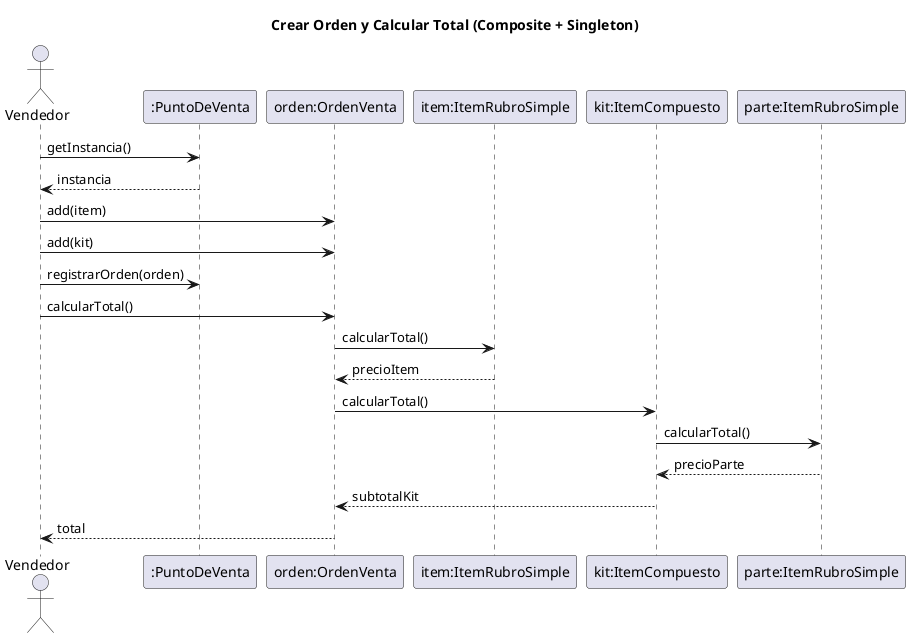
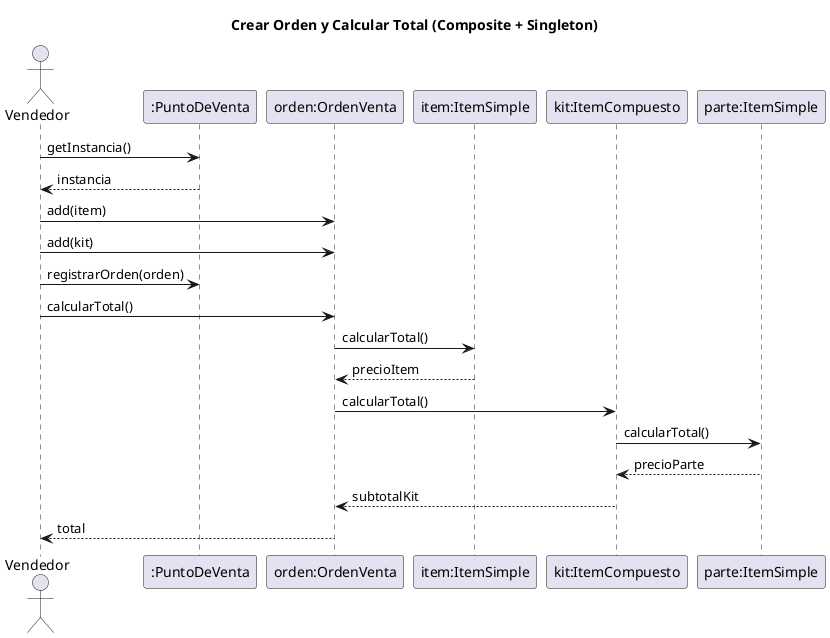
@startuml VentaSimple-Seq-CalcularTotal
title Crear Orden y Calcular Total (Composite + Singleton)
actor Vendedor
participant ":PuntoDeVenta" as PV
participant "orden:OrdenVenta" as O
- participant "item:ItemRubroSimple" as I
+ participant "item:ItemSimple" as I
participant "kit:ItemCompuesto" as K
- participant "parte:ItemRubroSimple" as P
+ participant "parte:ItemSimple" as P

Vendedor -> PV : getInstancia()
PV --> Vendedor : instancia
Vendedor -> O : add(item)
Vendedor -> O : add(kit)
Vendedor -> PV : registrarOrden(orden)

Vendedor -> O : calcularTotal()
O -> I : calcularTotal()
I --> O : precioItem
O -> K : calcularTotal()
K -> P : calcularTotal()
P --> K : precioParte
K --> O : subtotalKit
O --> Vendedor : total
@enduml
